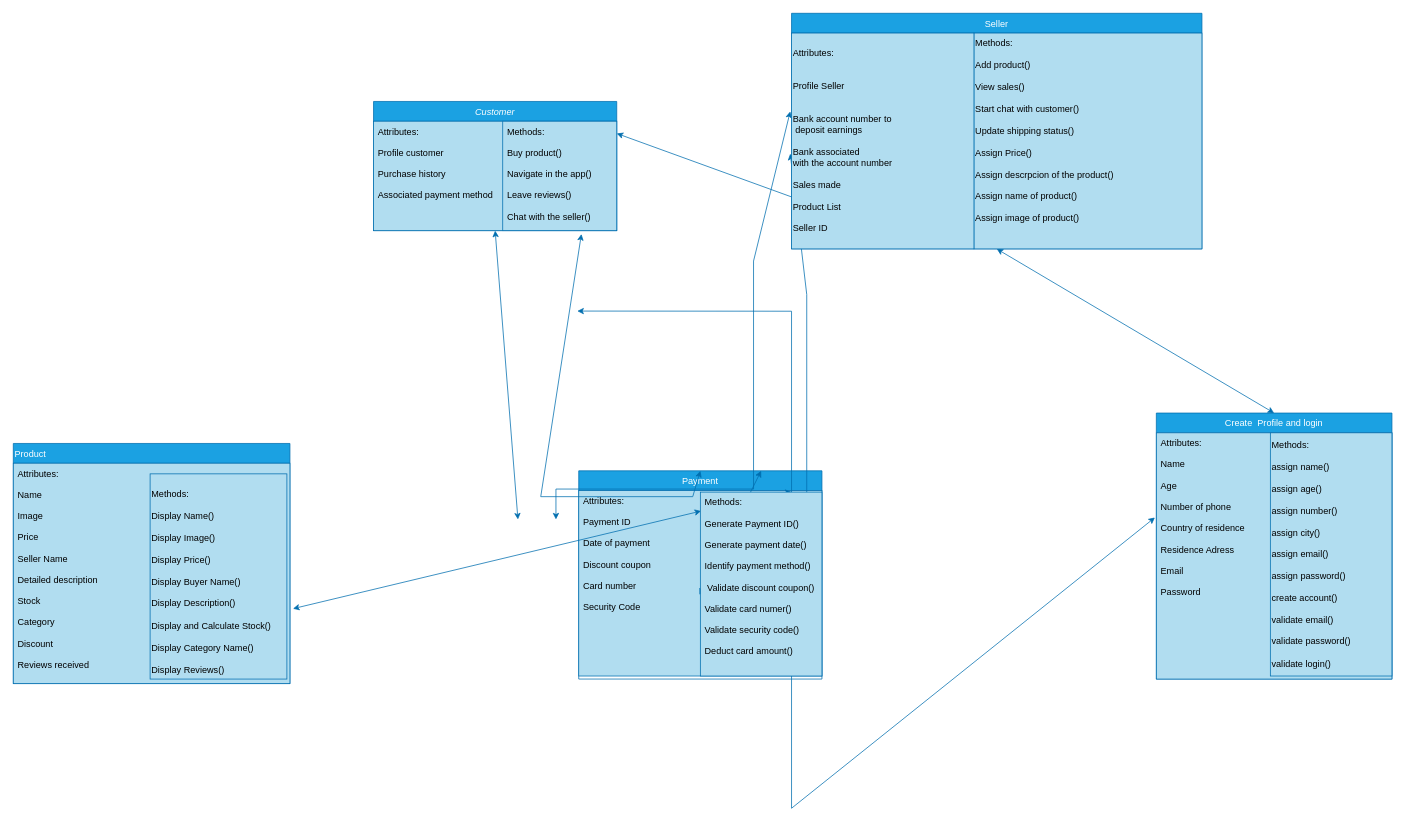
Before: Workshop-2/Diagrama sin título.drawio in Jefferson3108/Proyect-POO, a draw.io diagram. Source tidied: cells renumbered, new cells numbered last; positions are measured from the earlier drawing's top-left corner, leaving out a move shared by most shapes. Both pictures are drawn from the tidied source at 76%, with x=0, y=0 at pixel (13, 13).
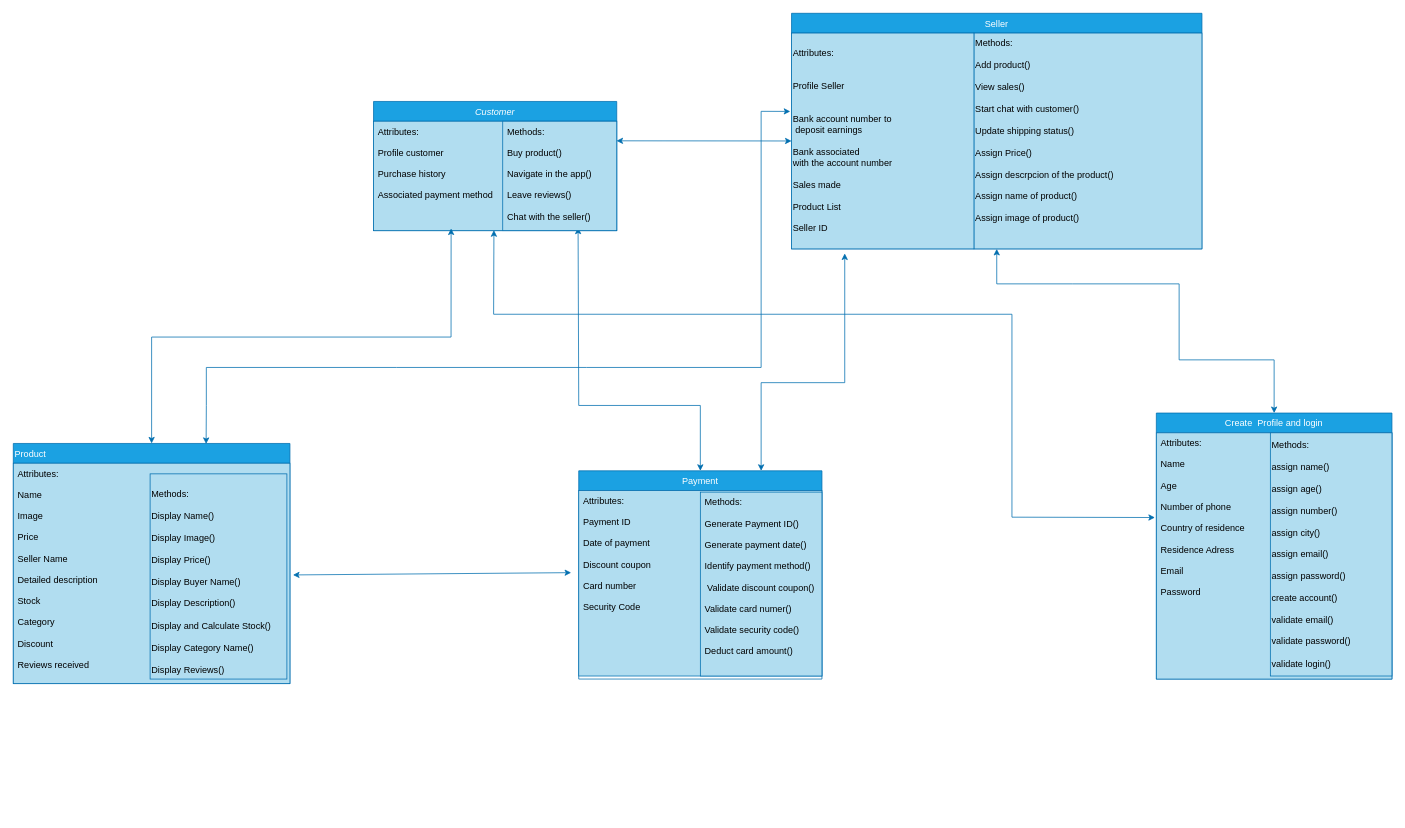
The same diagram, later.

Unchanged cells that the change refers to:
```xml
<mxCell id="2" value="Customer" style="swimlane;fontStyle=2;align=center;verticalAlign=top;horizontal=1;startSize=26;rounded=0;shadow=0;strokeWidth=1;fillColor=light-dark(#1BA1E2,#FF8000);strokeColor=light-dark(#006EAF,#000000);fontColor=#ffffff;" parent="1" vertex="1">
  <mxGeometry x="474" y="116" width="320" height="170" as="geometry" />
</mxCell>
<mxCell id="3" value="Attributes:&#10;&#10;Profile customer&#10;&#10;Purchase history&#10;&#10;Associated payment method&#10;&#10;&#10;&#10;&#10;" style="text;align=left;verticalAlign=top;spacingLeft=4;spacingRight=4;overflow=hidden;points=[[0,0.5],[1,0.5]];portConstraint=eastwest;fillColor=light-dark(#B1DDF0,#FFB366);strokeColor=light-dark(#006EAF,#000000);" parent="2" vertex="1">
  <mxGeometry y="26" width="320" height="144" as="geometry" />
</mxCell>
<mxCell id="4" value="Product" style="swimlane;fontStyle=0;align=left;verticalAlign=top;horizontal=1;startSize=26;rounded=0;shadow=0;strokeWidth=1;fillColor=light-dark(#1BA1E2,#FF8000);fontColor=#ffffff;strokeColor=light-dark(#006EAF,#000000);" parent="1" vertex="1">
  <mxGeometry y="566" width="364" height="316" as="geometry" />
</mxCell>
<mxCell id="5" value="Attributes:&#10;&#10;Name&#10;&#10;Image&#10;&#10;Price&#10;&#10;Seller Name&#10;&#10;Detailed description&#10;&#10;Stock &#10;&#10;Category&#10;&#10;Discount&#10;&#10;Reviews received&#10;&#10;&#10;&#10;&#10;" style="text;align=left;verticalAlign=top;spacingLeft=4;spacingRight=4;overflow=hidden;points=[[0,0.5],[1,0.5]];portConstraint=eastwest;fillColor=light-dark(#B1DDF0,#FFB366);strokeColor=light-dark(#006EAF,#000000);" parent="4" vertex="1">
  <mxGeometry y="26" width="364" height="290" as="geometry" />
</mxCell>
<mxCell id="6" value="Payment" style="swimlane;fontStyle=0;align=center;verticalAlign=top;horizontal=1;startSize=26;rounded=0;shadow=0;strokeWidth=1;fillColor=light-dark(#1BA1E2,#FF8000);fontColor=#ffffff;strokeColor=light-dark(#006EAF,#000000);" parent="1" vertex="1">
  <mxGeometry x="744" y="602" width="320" height="274" as="geometry" />
</mxCell>
<mxCell id="8" value="Seller" style="swimlane;fontStyle=0;align=center;verticalAlign=top;horizontal=1;startSize=26;rounded=0;shadow=0;strokeWidth=1;fillColor=light-dark(#1BA1E2,#FF8000);strokeColor=light-dark(#006EAF,#000000);fontColor=#ffffff;" parent="1" vertex="1">
  <mxGeometry x="1024" width="540" height="310" as="geometry" />
</mxCell>
<mxCell id="16" value="Create  Profile and login" style="swimlane;fontStyle=0;align=center;verticalAlign=top;horizontal=1;startSize=26;rounded=0;shadow=0;strokeWidth=1;fillColor=light-dark(#1BA1E2,#FF8000);fontColor=#ffffff;strokeColor=light-dark(#006EAF,#000000);" parent="1" vertex="1">
  <mxGeometry x="1504" y="526" width="310" height="350" as="geometry" />
</mxCell>
<mxCell id="17" value="Attributes:&#10;&#10;Name&#10;&#10;Age&#10;&#10;Number of phone&#10;&#10;Country of residence&#10;&#10;Residence Adress&#10;&#10;Email&#10;&#10;Password&#10;" style="text;align=left;verticalAlign=top;spacingLeft=4;spacingRight=4;overflow=hidden;points=[[0,0.5],[1,0.5]];portConstraint=eastwest;fillColor=light-dark(#B1DDF0,#FFB366);strokeColor=light-dark(#006EAF,#000000);" parent="16" vertex="1">
  <mxGeometry y="26" width="310" height="324" as="geometry" />
</mxCell>
<mxCell id="24" value="Methods:&#10;&#10;Generate Payment ID() &#10;&#10;Generate payment date()&#10;&#10;Identify payment method()&#10;&#10; Validate discount coupon()&#10;&#10;Validate card numer()&#10;&#10;Validate security code()&#10;&#10;Deduct card amount()" style="text;align=left;verticalAlign=top;spacingLeft=4;spacingRight=4;overflow=hidden;points=[[0,0.5],[1,0.5]];portConstraint=eastwest;fillColor=light-dark(#B1DDF0,#FFB366);strokeColor=light-dark(#006EAF,#000000);" parent="1" vertex="1">
  <mxGeometry x="904" y="630" width="160" height="242" as="geometry" />
</mxCell>
<mxCell id="25" value="Methods:&#10;&#10;Buy product()&#10;&#10;Navigate in the app()&#10;&#10;Leave reviews()&#10;&#10;Chat with the seller()&#10;&#10;" style="text;align=left;verticalAlign=top;spacingLeft=4;spacingRight=4;overflow=hidden;points=[[0,0.5],[1,0.5]];portConstraint=eastwest;fillColor=light-dark(#B1DDF0,#FFB366);strokeColor=light-dark(#006EAF,#000000);" parent="1" vertex="1">
  <mxGeometry x="644" y="142" width="150" height="144" as="geometry" />
</mxCell>
<mxCell id="27" value="Attributes:&lt;div&gt;&lt;br&gt;&lt;/div&gt;&lt;div&gt;&lt;br&gt;&lt;/div&gt;&lt;div&gt;Profile Seller&lt;/div&gt;&lt;div&gt;&lt;br&gt;&lt;/div&gt;&lt;div&gt;&lt;br&gt;&lt;/div&gt;&lt;div&gt;&lt;span style=&quot;text-wrap-mode: nowrap;&quot;&gt;Bank account number to&lt;/span&gt;&lt;br style=&quot;padding: 0px; margin: 0px; text-wrap-mode: nowrap;&quot;&gt;&lt;span style=&quot;text-wrap-mode: nowrap;&quot;&gt;&amp;nbsp;deposit earnings&lt;/span&gt;&lt;/div&gt;&lt;div&gt;&lt;br&gt;&lt;/div&gt;&lt;div&gt;&lt;span style=&quot;text-wrap-mode: nowrap;&quot;&gt;Bank associated&amp;nbsp;&lt;/span&gt;&lt;br style=&quot;padding: 0px; margin: 0px; text-wrap-mode: nowrap;&quot;&gt;&lt;span style=&quot;text-wrap-mode: nowrap;&quot;&gt;with the account number&lt;/span&gt;&lt;/div&gt;&lt;div&gt;&lt;span style=&quot;text-wrap-mode: nowrap;&quot;&gt;&lt;br&gt;&lt;/span&gt;&lt;/div&gt;&lt;div&gt;Sales made&lt;span style=&quot;text-wrap-mode: nowrap;&quot;&gt;&lt;/span&gt;&lt;/div&gt;&lt;div&gt;&lt;br&gt;&lt;/div&gt;&lt;div&gt;&lt;span style=&quot;text-wrap-mode: nowrap;&quot;&gt;Product List&lt;/span&gt;&lt;/div&gt;&lt;div&gt;&lt;span style=&quot;text-wrap-mode: nowrap;&quot;&gt;&lt;br&gt;&lt;/span&gt;&lt;/div&gt;&lt;div&gt;&lt;span style=&quot;text-wrap-mode: nowrap;&quot;&gt;Seller ID&lt;/span&gt;&lt;/div&gt;" style="text;html=1;align=left;verticalAlign=middle;whiteSpace=wrap;rounded=0;fillColor=light-dark(#B1DDF0,#FFB366);strokeColor=light-dark(#006EAF,#000000);" parent="1" vertex="1">
  <mxGeometry x="1024" y="26" width="240" height="284" as="geometry" />
</mxCell>
```

Diff of the diagram source:
```diff
@@
-    <mxCell id="9" style="endArrow=classic;startArrow=classic;html=1;rounded=0;entryX=0.5;entryY=1;entryDx=0;entryDy=0;strokeColor=light-dark(#006EAF,#000000);" parent="1" edge="1" target="2">
+    <mxCell id="9" style="endArrow=classic;startArrow=classic;html=1;rounded=0;entryX=0.319;entryY=0.98;entryDx=0;entryDy=0;strokeColor=light-dark(#006EAF,#000000);exitX=0.5;exitY=0;exitDx=0;exitDy=0;entryPerimeter=0;" parent="1" edge="1" source="4" target="3">
       <mxGeometry relative="1" as="geometry">
-        <mxPoint x="664" y="666" as="sourcePoint" />
+        <Array as="points">
+          <mxPoint x="182" y="426" />
+          <mxPoint x="576" y="426" />
+        </Array>
       </mxGeometry>
     </mxCell>
-    <mxCell id="10" style="endArrow=classic;startArrow=classic;html=1;rounded=0;exitX=1;exitY=0.112;exitDx=0;exitDy=0;exitPerimeter=0;strokeColor=light-dark(#006EAF,#000000);" parent="1" edge="1" source="25">
-      <mxGeometry relative="1" as="geometry">
-        <mxPoint x="1094" y="267" as="targetPoint" />
-      </mxGeometry>
+    <mxCell id="10" style="endArrow=classic;startArrow=classic;html=1;rounded=0;exitX=0.998;exitY=0.179;exitDx=0;exitDy=0;exitPerimeter=0;strokeColor=light-dark(#006EAF,#000000);entryX=0;entryY=0.5;entryDx=0;entryDy=0;" parent="1" edge="1" source="25" target="27">
+      <mxGeometry relative="1" as="geometry" />
     </mxCell>
-    <mxCell id="11" style="endArrow=classic;startArrow=classic;html=1;rounded=0;exitX=0.988;exitY=0.729;exitDx=0;exitDy=0;exitPerimeter=0;entryX=-0.006;entryY=0.344;entryDx=0;entryDy=0;entryPerimeter=0;strokeColor=light-dark(#006EAF,#000000);" parent="1" edge="1" target="17">
+    <mxCell id="11" style="endArrow=classic;startArrow=classic;html=1;rounded=0;entryX=-0.006;entryY=0.344;entryDx=0;entryDy=0;entryPerimeter=0;strokeColor=light-dark(#006EAF,#000000);exitX=0.495;exitY=0.996;exitDx=0;exitDy=0;exitPerimeter=0;" parent="1" edge="1" source="3" target="17">
       <mxGeometry relative="1" as="geometry">
-        <mxPoint x="742.1" y="391.8" as="sourcePoint" />
         <Array as="points">
-          <mxPoint x="1024" y="392" />
-          <mxPoint x="1024" y="1046" />
+          <mxPoint x="632" y="396" />
+          <mxPoint x="1314" y="396" />
+          <mxPoint x="1314" y="663" />
         </Array>
       </mxGeometry>
     </mxCell>
-    <mxCell id="12" style="endArrow=classic;startArrow=classic;html=1;rounded=0;exitX=0.5;exitY=0;exitDx=0;exitDy=0;entryX=0.69;entryY=1.031;entryDx=0;entryDy=0;entryPerimeter=0;strokeColor=light-dark(#006EAF,#000000);" parent="1" edge="1" source="6" target="25">
+    <mxCell id="12" style="endArrow=classic;startArrow=classic;html=1;rounded=0;exitX=0.5;exitY=0;exitDx=0;exitDy=0;entryX=0.661;entryY=0.972;entryDx=0;entryDy=0;entryPerimeter=0;strokeColor=light-dark(#006EAF,#000000);" parent="1" edge="1" source="6" target="25">
       <mxGeometry relative="1" as="geometry">
         <Array as="points">
-          <mxPoint x="894" y="636" />
-          <mxPoint x="694" y="636" />
+          <mxPoint x="904" y="516" />
+          <mxPoint x="744" y="516" />
         </Array>
       </mxGeometry>
     </mxCell>
-    <mxCell id="13" style="endArrow=classic;startArrow=classic;html=1;rounded=0;exitX=0.75;exitY=0;exitDx=0;exitDy=0;entryX=-0.007;entryY=0.559;entryDx=0;entryDy=0;entryPerimeter=0;strokeColor=light-dark(#006EAF,#000000);" parent="1" edge="1" source="24" target="27">
-      <mxGeometry relative="1" as="geometry">
-        <Array as="points">
-          <mxPoint x="934" y="636" />
-          <mxPoint x="1044" y="636" />
-          <mxPoint x="1044" y="370" />
-        </Array>
-      </mxGeometry>
-    </mxCell>
-    <mxCell id="14" style="endArrow=classic;startArrow=classic;html=1;rounded=0;entryX=-0.007;entryY=0.363;entryDx=0;entryDy=0;entryPerimeter=0;strokeColor=light-dark(#006EAF,#000000);" parent="1" edge="1" target="27">
+    <mxCell id="14" style="endArrow=classic;startArrow=classic;html=1;rounded=0;entryX=-0.007;entryY=0.363;entryDx=0;entryDy=0;entryPerimeter=0;strokeColor=light-dark(#006EAF,#000000);exitX=0.697;exitY=0.002;exitDx=0;exitDy=0;exitPerimeter=0;" parent="1" edge="1" source="4" target="27">
       <mxGeometry relative="1" as="geometry">
-        <mxPoint x="714" y="666" as="sourcePoint" />
         <Array as="points">
-          <mxPoint x="714" y="626" />
-          <mxPoint x="974" y="626" />
-          <mxPoint x="974" y="326" />
+          <mxPoint x="254" y="516" />
+          <mxPoint x="254" y="466" />
+          <mxPoint x="504" y="466" />
+          <mxPoint x="754" y="466" />
+          <mxPoint x="984" y="466" />
+          <mxPoint x="984" y="168" />
+          <mxPoint x="984" y="129" />
         </Array>
       </mxGeometry>
     </mxCell>
-    <mxCell id="15" style="endArrow=classic;startArrow=classic;html=1;rounded=0;entryX=0.006;entryY=0.103;entryDx=0;entryDy=0;exitX=1.011;exitY=0.66;exitDx=0;exitDy=0;exitPerimeter=0;entryPerimeter=0;strokeColor=light-dark(#006EAF,#000000);" parent="1" edge="1" source="5" target="24">
-      <mxGeometry relative="1" as="geometry" />
+    <mxCell id="15" style="endArrow=classic;startArrow=classic;html=1;rounded=0;strokeColor=light-dark(#006EAF,#000000);" parent="1" edge="1">
+      <mxGeometry relative="1" as="geometry">
+        <mxPoint x="368" y="739" as="sourcePoint" />
+        <mxPoint x="734" y="736" as="targetPoint" />
+      </mxGeometry>
     </mxCell>
@@
     <mxCell id="18" style="endArrow=classic;startArrow=classic;html=1;rounded=0;entryX=0.5;entryY=1;entryDx=0;entryDy=0;exitX=0.5;exitY=0;exitDx=0;exitDy=0;strokeColor=light-dark(#006EAF,#000000);" parent="1" edge="1" source="16" target="8">
-      <mxGeometry relative="1" as="geometry" />
+      <mxGeometry relative="1" as="geometry">
+        <Array as="points">
+          <mxPoint x="1659" y="456" />
+          <mxPoint x="1534" y="456" />
+          <mxPoint x="1534" y="356" />
+          <mxPoint x="1394" y="356" />
+          <mxPoint x="1294" y="356" />
+        </Array>
+      </mxGeometry>
     </mxCell>
@@
-    <mxCell id="23" style="endArrow=classic;startArrow=classic;html=1;rounded=0;exitX=0.75;exitY=0;exitDx=0;exitDy=0;entryX=-0.007;entryY=0.559;entryDx=0;entryDy=0;entryPerimeter=0;strokeColor=light-dark(#006EAF,#000000);" parent="1" edge="1" source="6" target="24">
-      <mxGeometry relative="1" as="geometry" />
-    </mxCell>
@@
+    <mxCell id="28" style="endArrow=classic;startArrow=classic;html=1;rounded=0;exitX=0.75;exitY=0;exitDx=0;exitDy=0;strokeColor=light-dark(#006EAF,#000000);" parent="1" edge="1" source="6">
+      <mxGeometry relative="1" as="geometry">
+        <mxPoint x="1094" y="316" as="targetPoint" />
+        <Array as="points">
+          <mxPoint x="984" y="486" />
+          <mxPoint x="1094" y="486" />
+        </Array>
+      </mxGeometry>
+    </mxCell>
```
